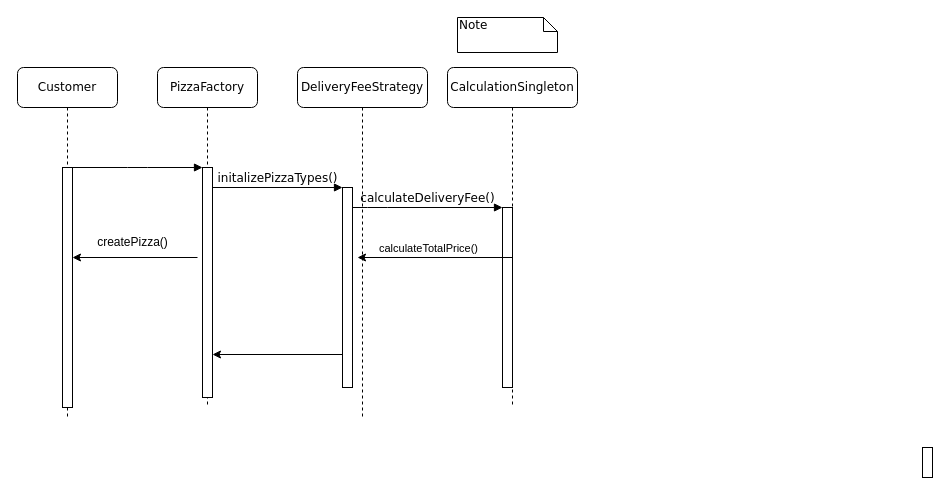
The draw.io diagram Final_Sequence_Diagram.drawio in perazaharmonics/Java-OOD, before the edit. Source tidied: cells renumbered, new cells numbered last; positions are measured from the earlier drawing's top-left corner, leaving out a move shared by most shapes. Both pictures are drawn from the tidied source at 100%, with x=0, y=0 at pixel (17, 17).
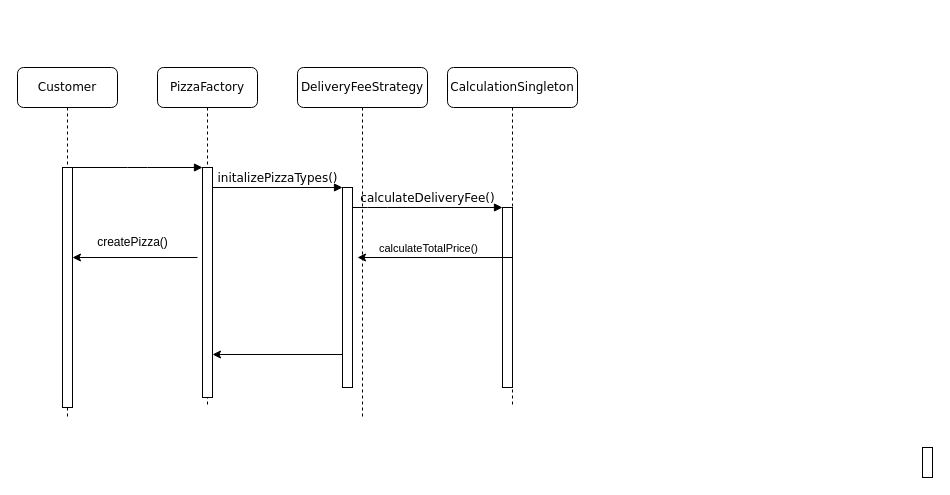
Above is the later version.

Diff of the diagram source:
```diff
@@
-    <mxCell id="16" value="Note" style="shape=note;whiteSpace=wrap;html=1;size=14;verticalAlign=top;align=left;spacingTop=-6;rounded=0;shadow=0;comic=0;labelBackgroundColor=none;strokeWidth=1;fontFamily=Verdana;fontSize=12;" parent="1" vertex="1">
-      <mxGeometry x="440" width="100" height="35" as="geometry" />
-    </mxCell>
```
